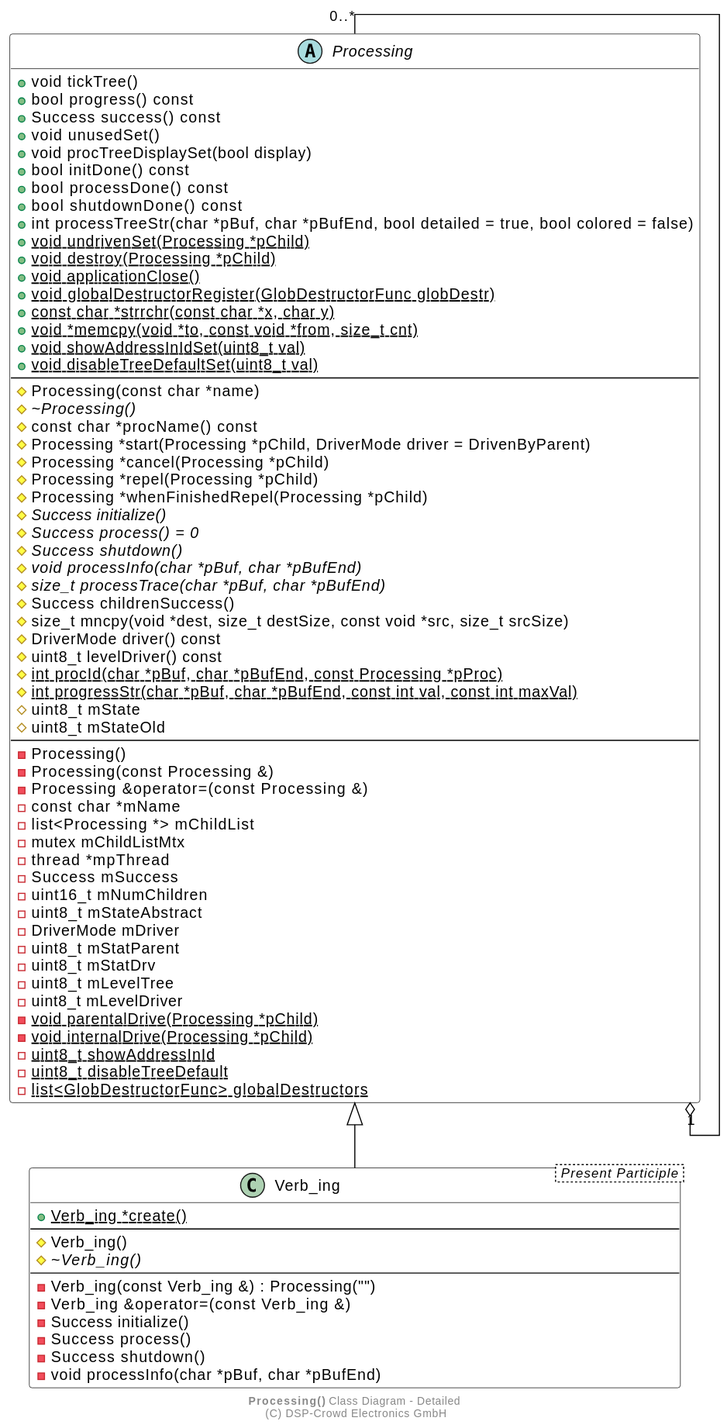
Above: doc/system/class-Processing_detailed.svg in NoOrientationProgramming/ProcessingTutorials (PlantUML), before the change. Source of this version:
```plantuml
@startuml

skinparam linetype ortho
skinparam minClassWidth 600
skinparam class {
	BackgroundColor White
	ArrowColor Black
	BorderColor Black
}

abstract class Processing {
	+void tickTree()
	+bool progress() const
	+Success success() const
	+void unusedSet()
	+void procTreeDisplaySet(bool display)
	+bool initDone() const
	+bool processDone() const
	+bool shutdownDone() const
	+int processTreeStr(char *pBuf, char *pBufEnd, bool detailed = true, bool colored = false)
	+{static} void undrivenSet(Processing *pChild)
	+{static} void destroy(Processing *pChild)
	+{static} void applicationClose()
	+{static} void globalDestructorRegister(GlobDestructorFunc globDestr)
	+{static} const char *strrchr(const char *x, char y)
	+{static} void *memcpy(void *to, const void *from, size_t cnt)
	+{static} void showAddressInIdSet(uint8_t val)
	+{static} void disableTreeDefaultSet(uint8_t val)
	--
	#Processing(const char *name)
	#{abstract} ~Processing()
	#const char *procName() const
	#Processing *start(Processing *pChild, DriverMode driver = DrivenByParent)
	#Processing *cancel(Processing *pChild)
	#Processing *repel(Processing *pChild)
	#Processing *whenFinishedRepel(Processing *pChild)
	#{abstract} Success initialize()
	#{abstract} Success process() = 0
	#{abstract} Success shutdown()
	#{abstract} void processInfo(char *pBuf, char *pBufEnd)
	#{abstract} size_t processTrace(char *pBuf, char *pBufEnd)
	#Success childrenSuccess()
	#size_t mncpy(void *dest, size_t destSize, const void *src, size_t srcSize)
	#DriverMode driver() const
	#uint8_t levelDriver() const
	#{static} int procId(char *pBuf, char *pBufEnd, const Processing *pProc)
	#{static} int progressStr(char *pBuf, char *pBufEnd, const int val, const int maxVal)
	#uint8_t mState
	#uint8_t mStateOld
	--
	-Processing()
	-Processing(const Processing &)
	-Processing &operator=(const Processing &)
	-const char *mName
	-list<Processing *> mChildList
	-mutex mChildListMtx
	-thread *mpThread
	-Success mSuccess
	-uint16_t mNumChildren
	-uint8_t mStateAbstract
	-DriverMode mDriver
	-uint8_t mStatParent
	-uint8_t mStatDrv
	-uint8_t mLevelTree
	-uint8_t mLevelDriver
	-{static} void parentalDrive(Processing *pChild)
	-{static} void internalDrive(Processing *pChild)
	-{static} uint8_t showAddressInId
	-{static} uint8_t disableTreeDefault
	-{static} list<GlobDestructorFunc> globalDestructors
}

class Verb_ing < Present Participle > {
	+{static} Verb_ing *create()
	--
	#Verb_ing()
	#{abstract} ~Verb_ing()
	--
	-Verb_ing(const Verb_ing &) : Processing("")
	-Verb_ing &operator=(const Verb_ing &)
	-Success initialize()
	-Success process()
	-Success shutdown()
	-void processInfo(char *pBuf, char *pBufEnd)
}

Processing "1" o-u- "0..*" Processing
Processing <|-- Verb_ing

footer **Processing()** Class Diagram - Detailed \n(C) DSP-Crowd Electronics GmbH

@enduml
```
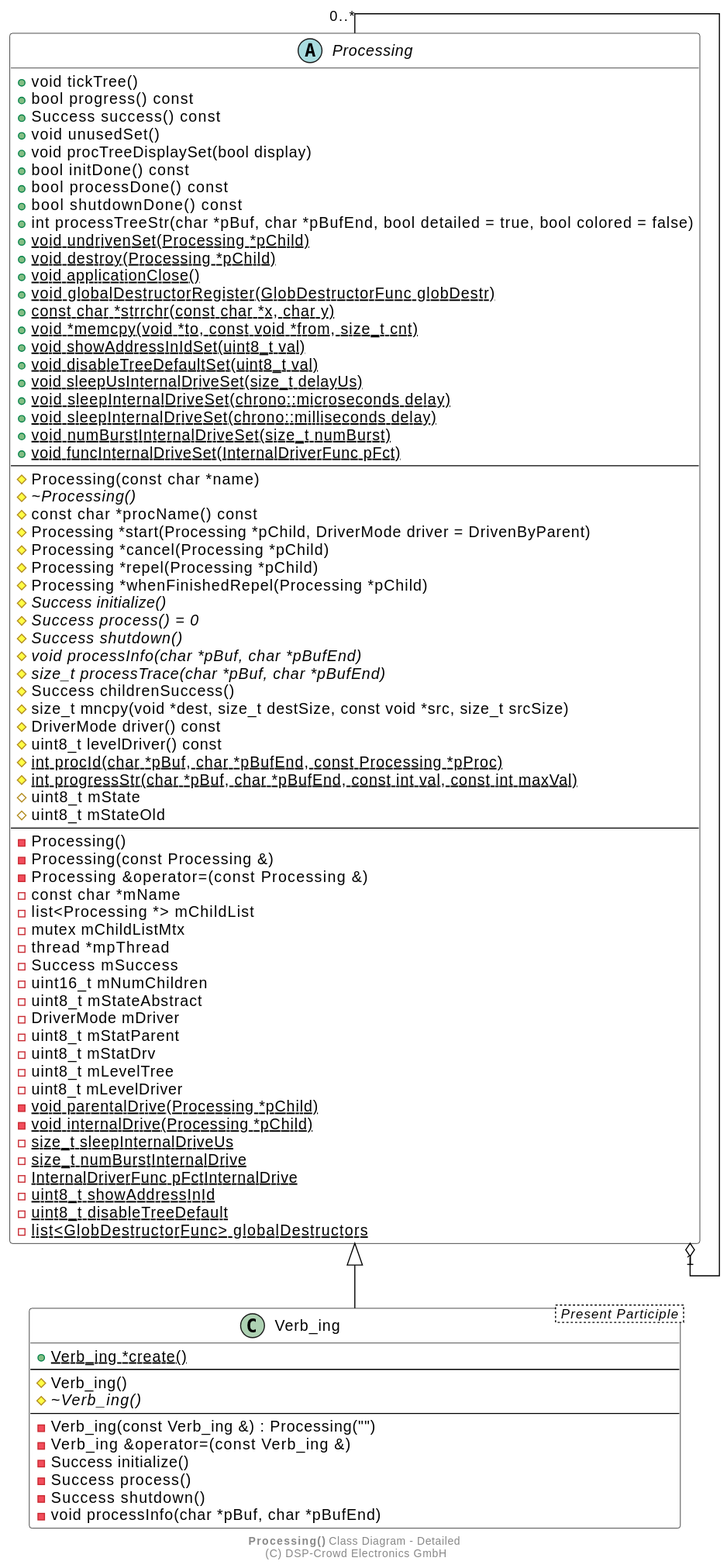
The same file after the commit.

Commit message:
doc: Update class-Processing_detailed

Diff of the diagram source:
```diff
@@ -26,6 +26,11 @@
 	+{static} void *memcpy(void *to, const void *from, size_t cnt)
 	+{static} void showAddressInIdSet(uint8_t val)
 	+{static} void disableTreeDefaultSet(uint8_t val)
+	+{static} void sleepUsInternalDriveSet(size_t delayUs)
+	+{static} void sleepInternalDriveSet(chrono::microseconds delay)
+	+{static} void sleepInternalDriveSet(chrono::milliseconds delay)
+	+{static} void numBurstInternalDriveSet(size_t numBurst)
+	+{static} void funcInternalDriveSet(InternalDriverFunc pFct)
 	--
 	#Processing(const char *name)
 	#{abstract} ~Processing()
@@ -65,6 +70,9 @@
 	-uint8_t mLevelDriver
 	-{static} void parentalDrive(Processing *pChild)
 	-{static} void internalDrive(Processing *pChild)
+	-{static} size_t sleepInternalDriveUs
+	-{static} size_t numBurstInternalDrive
+	-{static} InternalDriverFunc pFctInternalDrive
 	-{static} uint8_t showAddressInId
 	-{static} uint8_t disableTreeDefault
 	-{static} list<GlobDestructorFunc> globalDestructors
```
